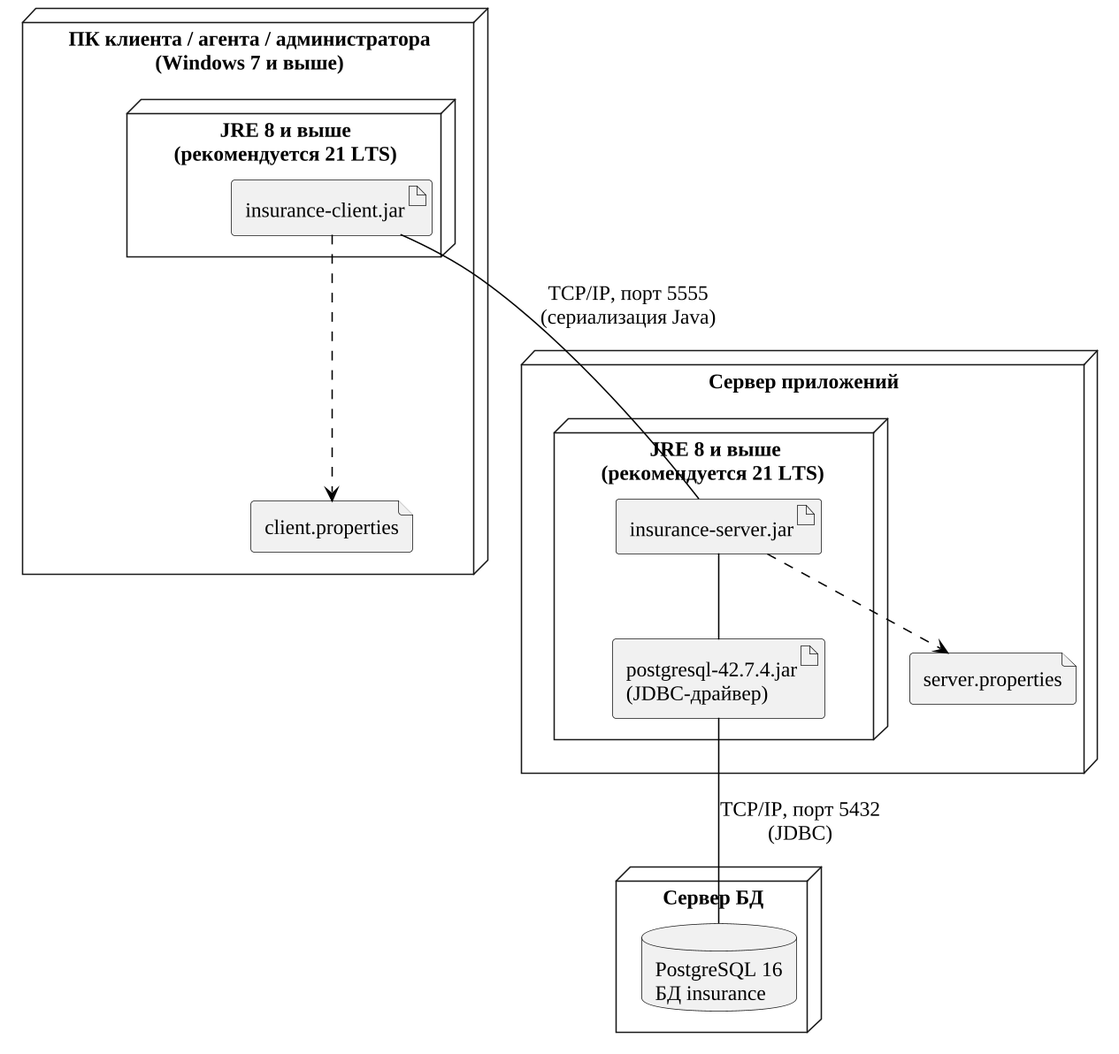
The PlantUML diagram diagrams/deployment.png in Danilakov277/insurance-service-kp, before a commit.
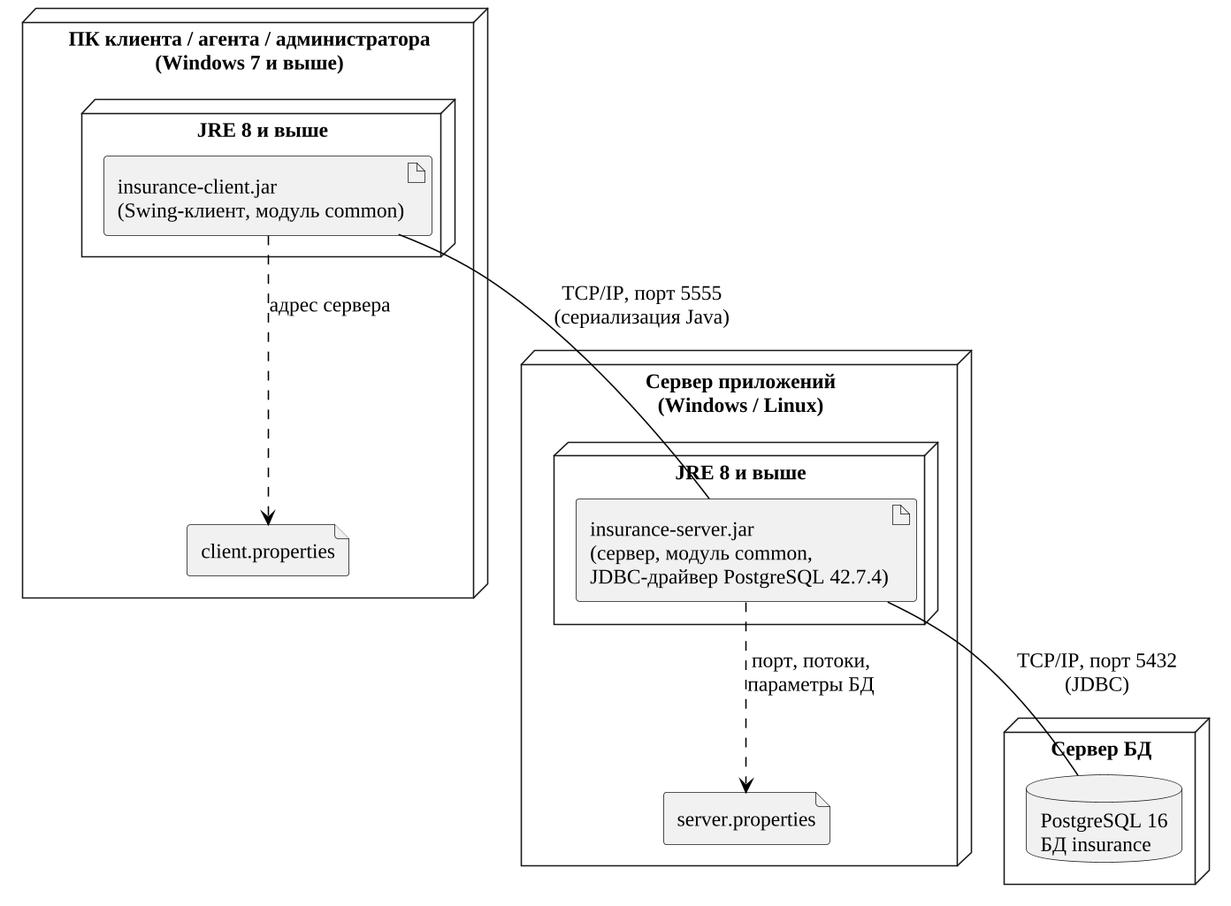
Later version of the same file.

What changed in the source:
```diff
@@ -1,15 +1,14 @@
 @startuml
 !include _style.iuml
 node "ПК клиента / агента / администратора\n(Windows 7 и выше)" as PC {
-  node "JRE 8 и выше\n(рекомендуется 21 LTS)" {
-    artifact "insurance-client.jar" as CJ
+  node "JRE 8 и выше" as J1 {
+    artifact "insurance-client.jar\n(Swing-клиент, модуль common)" as CJ
   }
   file "client.properties" as CP
 }
-node "Сервер приложений" as S {
-  node "JRE 8 и выше\n(рекомендуется 21 LTS) " {
-    artifact "insurance-server.jar" as SJ
-    artifact "postgresql-42.7.4.jar\n(JDBC-драйвер)" as JD
+node "Сервер приложений\n(Windows / Linux)" as S {
+  node "JRE 8 и выше" as J2 {
+    artifact "insurance-server.jar\n(сервер, модуль common,\nJDBC-драйвер PostgreSQL 42.7.4)" as SJ
   }
   file "server.properties" as SP
 }
@@ -17,8 +16,7 @@
   database "PostgreSQL 16\nБД insurance" as DB
 }
 CJ -- SJ : TCP/IP, порт 5555\n(сериализация Java)
-SJ -- JD
-JD -- DB : TCP/IP, порт 5432\n(JDBC)
-CJ ..> CP
-SJ ..> SP
+SJ -- DB : TCP/IP, порт 5432\n(JDBC)
+CJ ..> CP : адрес сервера
+SJ ..> SP : порт, потоки,\nпараметры БД
 @enduml
```
